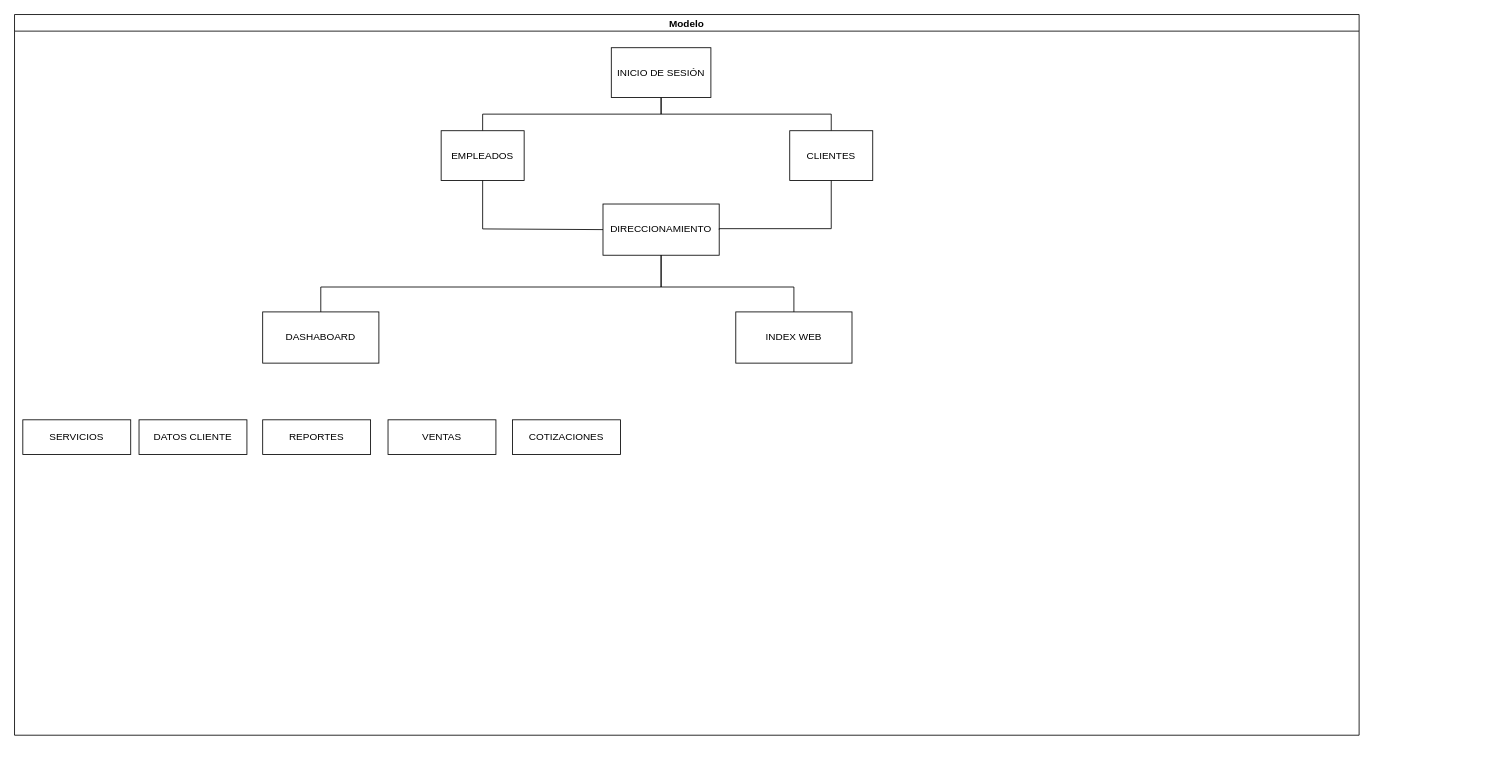
Before: page "Procesos" (3 of 3) of Diagrama sin título.drawio in RaulMtz98/ipn-libq, a draw.io diagram. Source tidied: cells renumbered, new cells numbered last; positions are measured from the earlier drawing's top-left corner, leaving out a move shared by most shapes. Both pictures are drawn from the tidied source at 83%, with x=0, y=0 at pixel (14, 14).
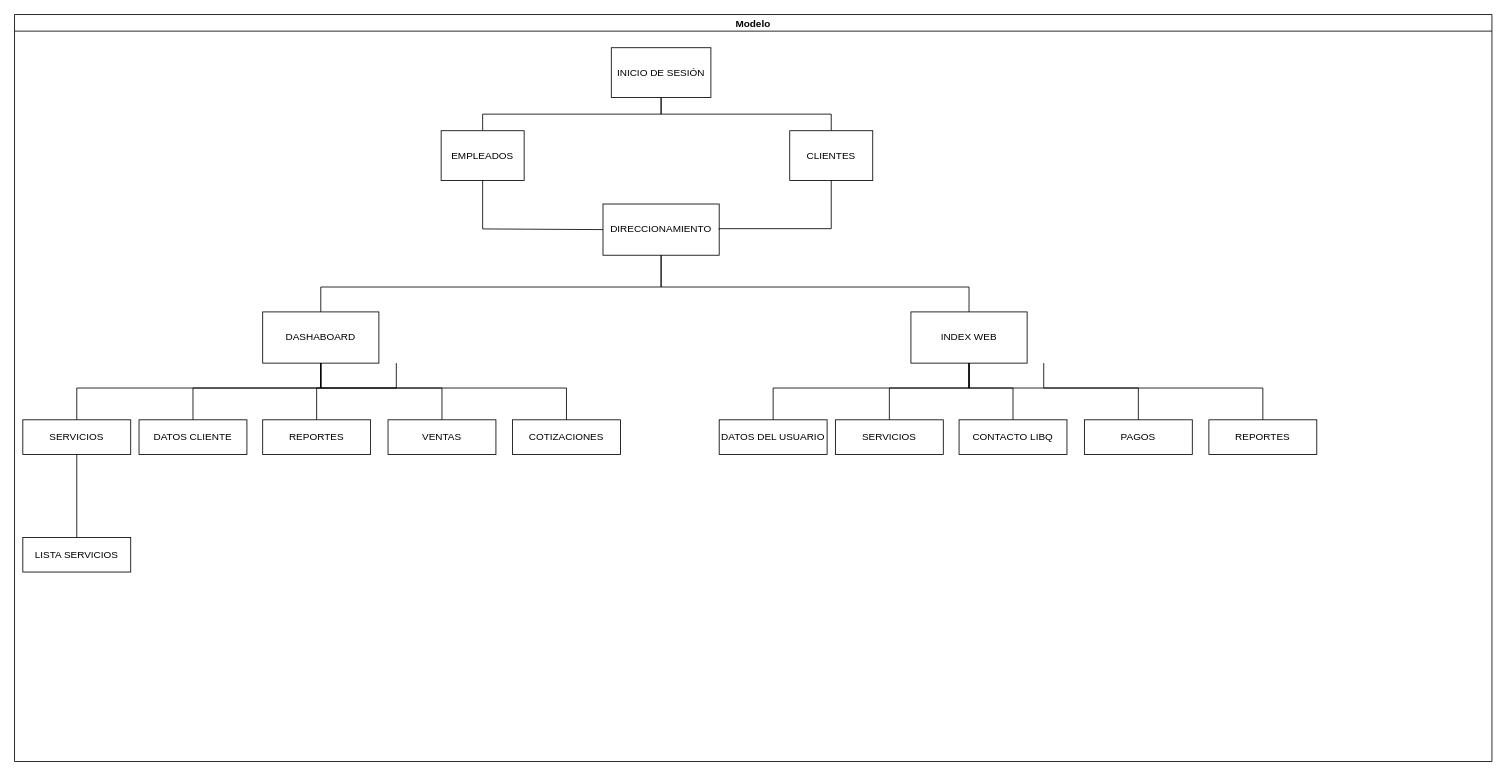
The same diagram, later.

Commit message:
DIAGRAMAS LIBQ

Unchanged cells that the change refers to:
```xml
<mxCell id="12" value="DASHABOARD" style="whiteSpace=wrap;html=1;align=center;newEdgeStyle={&quot;edgeStyle&quot;:&quot;elbowEdgeStyle&quot;,&quot;startArrow&quot;:&quot;none&quot;,&quot;endArrow&quot;:&quot;none&quot;};" parent="2" vertex="1">
  <mxGeometry x="299" y="358.3" width="140" height="61.7" as="geometry" />
</mxCell>
<mxCell id="15" value="SERVICIOS" style="whiteSpace=wrap;html=1;align=center;newEdgeStyle={&quot;edgeStyle&quot;:&quot;elbowEdgeStyle&quot;,&quot;startArrow&quot;:&quot;none&quot;,&quot;endArrow&quot;:&quot;none&quot;};" parent="2" vertex="1">
  <mxGeometry x="10" y="488.3" width="130" height="41.7" as="geometry" />
</mxCell>
<mxCell id="16" value="DATOS CLIENTE" style="whiteSpace=wrap;html=1;align=center;newEdgeStyle={&quot;edgeStyle&quot;:&quot;elbowEdgeStyle&quot;,&quot;startArrow&quot;:&quot;none&quot;,&quot;endArrow&quot;:&quot;none&quot;};" parent="2" vertex="1">
  <mxGeometry x="150" y="488.3" width="130" height="41.7" as="geometry" />
</mxCell>
<mxCell id="17" value="REPORTES" style="whiteSpace=wrap;html=1;align=center;newEdgeStyle={&quot;edgeStyle&quot;:&quot;elbowEdgeStyle&quot;,&quot;startArrow&quot;:&quot;none&quot;,&quot;endArrow&quot;:&quot;none&quot;};" parent="2" vertex="1">
  <mxGeometry x="299" y="488.3" width="130" height="41.7" as="geometry" />
</mxCell>
<mxCell id="18" value="VENTAS" style="whiteSpace=wrap;html=1;align=center;newEdgeStyle={&quot;edgeStyle&quot;:&quot;elbowEdgeStyle&quot;,&quot;startArrow&quot;:&quot;none&quot;,&quot;endArrow&quot;:&quot;none&quot;};" parent="2" vertex="1">
  <mxGeometry x="450" y="488.3" width="130" height="41.7" as="geometry" />
</mxCell>
<mxCell id="19" value="COTIZACIONES" style="whiteSpace=wrap;html=1;align=center;newEdgeStyle={&quot;edgeStyle&quot;:&quot;elbowEdgeStyle&quot;,&quot;startArrow&quot;:&quot;none&quot;,&quot;endArrow&quot;:&quot;none&quot;};" parent="2" vertex="1">
  <mxGeometry x="600" y="488.3" width="130" height="41.7" as="geometry" />
</mxCell>
```

Diff of the diagram source:
```diff
@@
     <mxCell id="2" value="Modelo" style="swimlane;startSize=20;horizontal=1;containerType=tree;newEdgeStyle={&quot;edgeStyle&quot;:&quot;elbowEdgeStyle&quot;,&quot;startArrow&quot;:&quot;none&quot;,&quot;endArrow&quot;:&quot;none&quot;};" parent="1" vertex="1">
-      <mxGeometry width="1620" height="868.3" as="geometry" />
+      <mxGeometry width="1780" height="900" as="geometry" />
     </mxCell>
@@
     <mxCell id="11" value="INDEX WEB" style="whiteSpace=wrap;html=1;align=center;newEdgeStyle={&quot;edgeStyle&quot;:&quot;elbowEdgeStyle&quot;,&quot;startArrow&quot;:&quot;none&quot;,&quot;endArrow&quot;:&quot;none&quot;};" parent="2" vertex="1">
-      <mxGeometry x="869" y="358.3" width="140" height="61.7" as="geometry" />
+      <mxGeometry x="1080" y="358.3" width="140" height="61.7" as="geometry" />
     </mxCell>
@@
+    <mxCell id="20" value="DATOS DEL USUARIO" style="whiteSpace=wrap;html=1;align=center;newEdgeStyle={&quot;edgeStyle&quot;:&quot;elbowEdgeStyle&quot;,&quot;startArrow&quot;:&quot;none&quot;,&quot;endArrow&quot;:&quot;none&quot;};" parent="2" vertex="1">
+      <mxGeometry x="849" y="488.3" width="130" height="41.7" as="geometry" />
+    </mxCell>
+    <mxCell id="21" value="SERVICIOS" style="whiteSpace=wrap;html=1;align=center;newEdgeStyle={&quot;edgeStyle&quot;:&quot;elbowEdgeStyle&quot;,&quot;startArrow&quot;:&quot;none&quot;,&quot;endArrow&quot;:&quot;none&quot;};" parent="2" vertex="1">
+      <mxGeometry x="989" y="488.3" width="130" height="41.7" as="geometry" />
+    </mxCell>
+    <mxCell id="22" value="CONTACTO LIBQ" style="whiteSpace=wrap;html=1;align=center;newEdgeStyle={&quot;edgeStyle&quot;:&quot;elbowEdgeStyle&quot;,&quot;startArrow&quot;:&quot;none&quot;,&quot;endArrow&quot;:&quot;none&quot;};" parent="2" vertex="1">
+      <mxGeometry x="1138" y="488.3" width="130" height="41.7" as="geometry" />
+    </mxCell>
+    <mxCell id="23" value="PAGOS" style="whiteSpace=wrap;html=1;align=center;newEdgeStyle={&quot;edgeStyle&quot;:&quot;elbowEdgeStyle&quot;,&quot;startArrow&quot;:&quot;none&quot;,&quot;endArrow&quot;:&quot;none&quot;};" parent="2" vertex="1">
+      <mxGeometry x="1289" y="488.3" width="130" height="41.7" as="geometry" />
+    </mxCell>
+    <mxCell id="24" value="REPORTES" style="whiteSpace=wrap;html=1;align=center;newEdgeStyle={&quot;edgeStyle&quot;:&quot;elbowEdgeStyle&quot;,&quot;startArrow&quot;:&quot;none&quot;,&quot;endArrow&quot;:&quot;none&quot;};" parent="2" vertex="1">
+      <mxGeometry x="1439" y="488.3" width="130" height="41.7" as="geometry" />
+    </mxCell>
+    <mxCell id="25" style="edgeStyle=elbowEdgeStyle;elbow=vertical;sourcePerimeterSpacing=0;targetPerimeterSpacing=0;startArrow=none;endArrow=none;rounded=0;curved=0;entryX=0.5;entryY=1;entryDx=0;entryDy=0;exitX=0.5;exitY=0;exitDx=0;exitDy=0;" parent="2" edge="1" source="15" target="12">
+      <mxGeometry relative="1" as="geometry">
+        <Array as="points">
+          <mxPoint x="160" y="450" />
+        </Array>
+      </mxGeometry>
+    </mxCell>
+    <mxCell id="26" style="edgeStyle=elbowEdgeStyle;elbow=vertical;sourcePerimeterSpacing=0;targetPerimeterSpacing=0;startArrow=none;endArrow=none;rounded=0;curved=0;entryX=0.5;entryY=1;entryDx=0;entryDy=0;exitX=0.5;exitY=0;exitDx=0;exitDy=0;" parent="2" edge="1" source="17" target="12">
+      <mxGeometry relative="1" as="geometry">
+        <Array as="points">
+          <mxPoint x="340" y="450" />
+        </Array>
+      </mxGeometry>
+    </mxCell>
+    <mxCell id="27" style="edgeStyle=elbowEdgeStyle;elbow=vertical;sourcePerimeterSpacing=0;targetPerimeterSpacing=0;startArrow=none;endArrow=none;rounded=0;curved=0;entryX=0.5;entryY=1;entryDx=0;entryDy=0;exitX=0.5;exitY=0;exitDx=0;exitDy=0;" parent="2" edge="1" source="18" target="12">
+      <mxGeometry relative="1" as="geometry">
+        <Array as="points">
+          <mxPoint x="520" y="450" />
+        </Array>
+      </mxGeometry>
+    </mxCell>
+    <mxCell id="28" style="edgeStyle=elbowEdgeStyle;elbow=vertical;sourcePerimeterSpacing=0;targetPerimeterSpacing=0;startArrow=none;endArrow=none;rounded=0;curved=0;entryX=0.5;entryY=1;entryDx=0;entryDy=0;exitX=0.5;exitY=0;exitDx=0;exitDy=0;" parent="2" edge="1" source="19" target="12">
+      <mxGeometry relative="1" as="geometry">
+        <Array as="points">
+          <mxPoint x="680" y="450" />
+        </Array>
+      </mxGeometry>
+    </mxCell>
+    <mxCell id="29" style="edgeStyle=elbowEdgeStyle;elbow=vertical;sourcePerimeterSpacing=0;targetPerimeterSpacing=0;startArrow=none;endArrow=none;rounded=0;curved=0;entryX=0.5;entryY=1;entryDx=0;entryDy=0;exitX=0.5;exitY=0;exitDx=0;exitDy=0;" parent="2" edge="1" source="20" target="11">
+      <mxGeometry relative="1" as="geometry">
+        <Array as="points">
+          <mxPoint x="1040" y="450" />
+        </Array>
+      </mxGeometry>
+    </mxCell>
+    <mxCell id="30" style="edgeStyle=elbowEdgeStyle;elbow=vertical;sourcePerimeterSpacing=0;targetPerimeterSpacing=0;startArrow=none;endArrow=none;rounded=0;curved=0;entryX=0.5;entryY=1;entryDx=0;entryDy=0;exitX=0.5;exitY=0;exitDx=0;exitDy=0;" parent="2" edge="1" source="21" target="11">
+      <mxGeometry relative="1" as="geometry">
+        <Array as="points">
+          <mxPoint x="1110" y="450" />
+        </Array>
+      </mxGeometry>
+    </mxCell>
+    <mxCell id="31" style="edgeStyle=elbowEdgeStyle;elbow=vertical;sourcePerimeterSpacing=0;targetPerimeterSpacing=0;startArrow=none;endArrow=none;rounded=0;curved=0;entryX=0.5;entryY=1;entryDx=0;entryDy=0;exitX=0.5;exitY=0;exitDx=0;exitDy=0;" parent="2" edge="1" source="22" target="11">
+      <mxGeometry relative="1" as="geometry">
+        <Array as="points">
+          <mxPoint x="1150" y="450" />
+        </Array>
+      </mxGeometry>
+    </mxCell>
+    <mxCell id="32" style="edgeStyle=elbowEdgeStyle;elbow=vertical;sourcePerimeterSpacing=0;targetPerimeterSpacing=0;startArrow=none;endArrow=none;rounded=0;curved=0;entryX=0.5;entryY=1;entryDx=0;entryDy=0;exitX=0.5;exitY=0;exitDx=0;exitDy=0;" parent="2" edge="1" source="24" target="11">
+      <mxGeometry relative="1" as="geometry">
+        <Array as="points">
+          <mxPoint x="1190" y="450" />
+        </Array>
+      </mxGeometry>
+    </mxCell>
+    <mxCell id="33" style="edgeStyle=elbowEdgeStyle;rounded=0;jettySize=auto;html=1;elbow=vertical;startArrow=none;endArrow=none;" parent="2" edge="1" source="15" target="34">
+      <mxGeometry relative="1" as="geometry" />
+    </mxCell>
+    <mxCell id="34" value="LISTA SERVICIOS" style="whiteSpace=wrap;html=1;align=center;newEdgeStyle={&quot;edgeStyle&quot;:&quot;elbowEdgeStyle&quot;,&quot;startArrow&quot;:&quot;none&quot;,&quot;endArrow&quot;:&quot;none&quot;};" parent="2" vertex="1">
+      <mxGeometry x="10" y="630" width="130" height="41.7" as="geometry" />
+    </mxCell>
+    <mxCell id="35" style="edgeStyle=elbowEdgeStyle;elbow=vertical;sourcePerimeterSpacing=0;targetPerimeterSpacing=0;startArrow=none;endArrow=none;rounded=0;curved=0;exitX=0.5;exitY=0;exitDx=0;exitDy=0;" parent="1" edge="1" source="16">
+      <mxGeometry relative="1" as="geometry">
+        <mxPoint x="460" y="420" as="targetPoint" />
+        <Array as="points">
+          <mxPoint x="390" y="450" />
+        </Array>
+      </mxGeometry>
+    </mxCell>
+    <mxCell id="36" style="edgeStyle=elbowEdgeStyle;elbow=vertical;sourcePerimeterSpacing=0;targetPerimeterSpacing=0;startArrow=none;endArrow=none;rounded=0;curved=0;exitX=0.5;exitY=0;exitDx=0;exitDy=0;" parent="1" edge="1" source="23">
+      <mxGeometry relative="1" as="geometry">
+        <mxPoint x="1240" y="420" as="targetPoint" />
+        <Array as="points">
+          <mxPoint x="1270" y="450" />
+        </Array>
+      </mxGeometry>
+    </mxCell>
```
